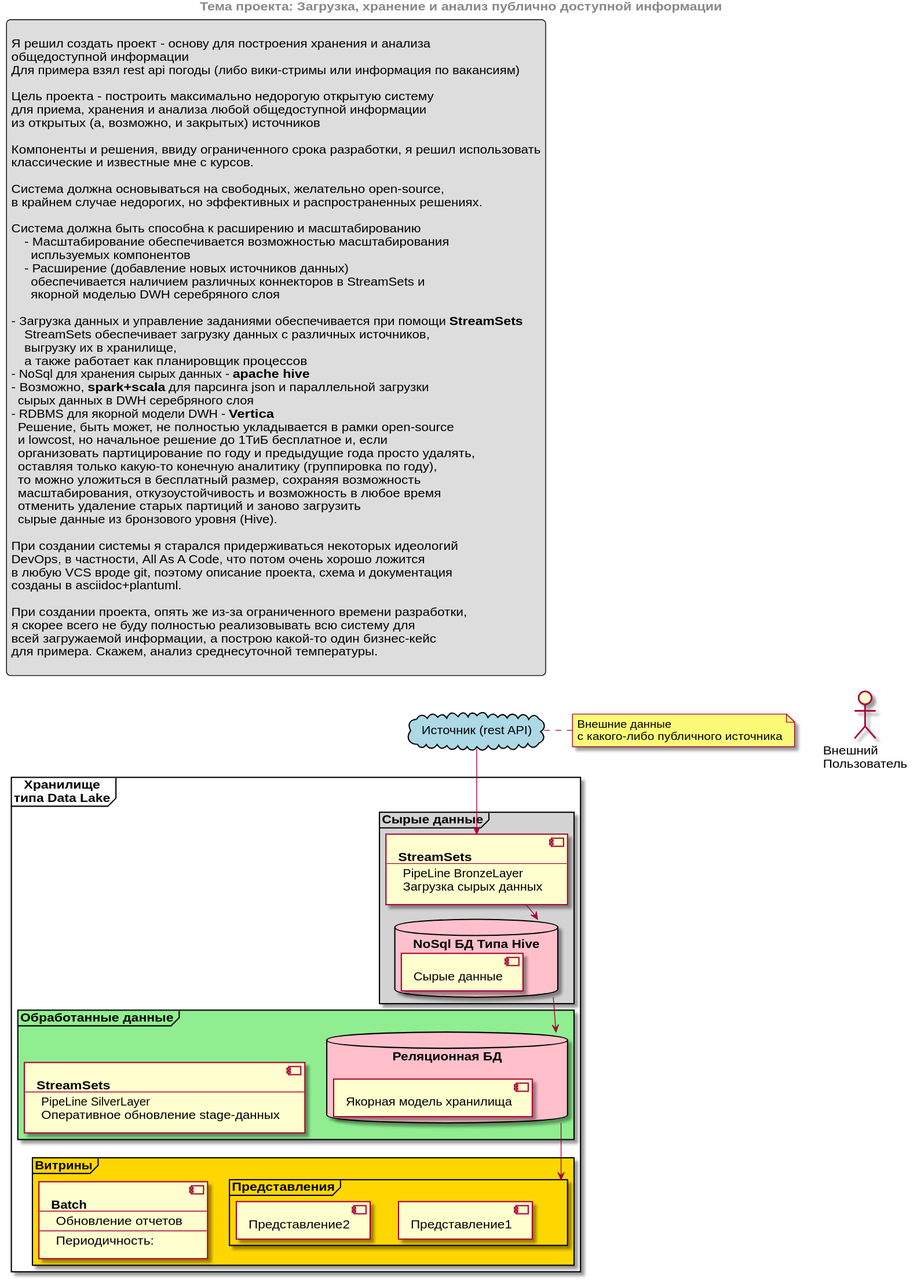
The PlantUML diagram project/Схема процесса.svg in tol2000/dataengineerclub, before a commit. Its diagram source:
```plantuml
@startuml Схема процесса

skinparam ComponentStyle uml2


centerheader
= Тема проекта: Загрузка, хранение и анализ публично доступной информации
endheader

legend top left

    Я решил создать проект - основу для построения хранения и анализа
    общедоступной информации
    Для примера взял rest api погоды (либо вики-стримы или информация по вакансиям)

    Цель проекта - построить максимально недорогую открытую систему
    для приема, хранения и анализа любой общедоступной информации
    из открытых (а, возможно, и закрытых) источников

    Компоненты и решения, ввиду ограниченного срока разработки, я решил использовать
    классические и известные мне с курсов.

    Система должна основываться на свободных, желательно open-source,
    в крайнем случае недорогих, но эффективных и распространенных решениях.

    Система должна быть способна к расширению и масштабированию
        - Масштабирование обеспечивается возможностью масштабирования
          испльзуемых компонентов
        - Расширение (добавление новых источников данных)
          обеспечивается наличием различных коннекторов в StreamSets и
          якорной моделью DWH серебряного слоя

    - Загрузка данных и управление заданиями обеспечивается при помощи **StreamSets**
        StreamSets обеспечивает загрузку данных с различных источников,
        выгрузку их в хранилище,
        а также работает как планировщик процессов
    - NoSql для хранения сырых данных - **apache hive**
    - Возможно, **spark+scala** для парсинга json и параллельной загрузки
      сырых данных в DWH серебряного слоя
    - RDBMS для якорной модели DWH - **Vertica**
      Решение, быть может, не полностью укладывается в рамки open-source
      и lowcost, но начальное решение до 1ТиБ бесплатное и, если
      организовать партицирование по году и предыдущие года просто удалять,
      оставляя только какую-то конечную аналитику (группировка по году),
      то можно уложиться в бесплатный размер, сохраняя возможность
      масштабирования, откузоустойчивость и возможность в любое время
      отменить удаление старых партиций и заново загрузить
      сырые данные из бронзового уровня (Hive).

    При создании системы я старался придерживаться некоторых идеологий
    DevOps, в частности, All As A Code, что потом очень хорошо ложится
    в любую VCS вроде git, поэтому описание проекта, схема и документация
    созданы в asciidoc+plantuml.

    При создании проекта, опять же из-за ограниченного времени разработки,
    я скорее всего не буду полностью реализовывать всю систему для
    всей загружаемой информации, а построю какой-то один бизнес-кейс
    для примера. Скажем, анализ среднесуточной температуры.

endlegend

cloud "Источник (rest API)" as cloud_source #LightBlue {
}

note right of cloud_source
    Внешние данные
    с какого-либо публичного источника
end note

Actor "Внешний\nПользователь" as extuser

frame "Хранилище\nтипа Data Lake" as frame_dlstor {

    frame "Витрины" as frame_dlstor_dm #Gold {
        frame "Представления" as views_dm {
            component report_1 [
                Представление1
            ]
            component report_2 [
                Представление2
            ]
        }
        component batch_dm_refresh [
            **Batch**
            ----
            Обновление отчетов
            ----
            Периодичность:
        ]
    }

    frame "Обработанные данные" as frame_dlstor_stage #LightGreen {
        database "Реляционная БД\n" as db_stage #Pink {
            component anchor_model_dwh [
                Якорная модель хранилища
            ]
        }
        component batch_stage_refresh [
            **StreamSets**
            ----
            PipeLine SilverLayer
            Оперативное обновление stage-данных
        ]
    }

    frame "Сырые данные" as frame_dlstor_raw #LightGray {
        database "NoSql БД Типа Hive" as db_raw #Pink {
            component raw_data [
                Сырые данные
            ]
        }
        component batch_raw_load [
            **StreamSets**
            ----
            PipeLine BronzeLayer
            Загрузка сырых данных
        ]
    }

    cloud_source --> batch_raw_load
    batch_raw_load --> db_raw

    db_raw --> db_stage

    db_stage --> views_dm

}
@enduml
```
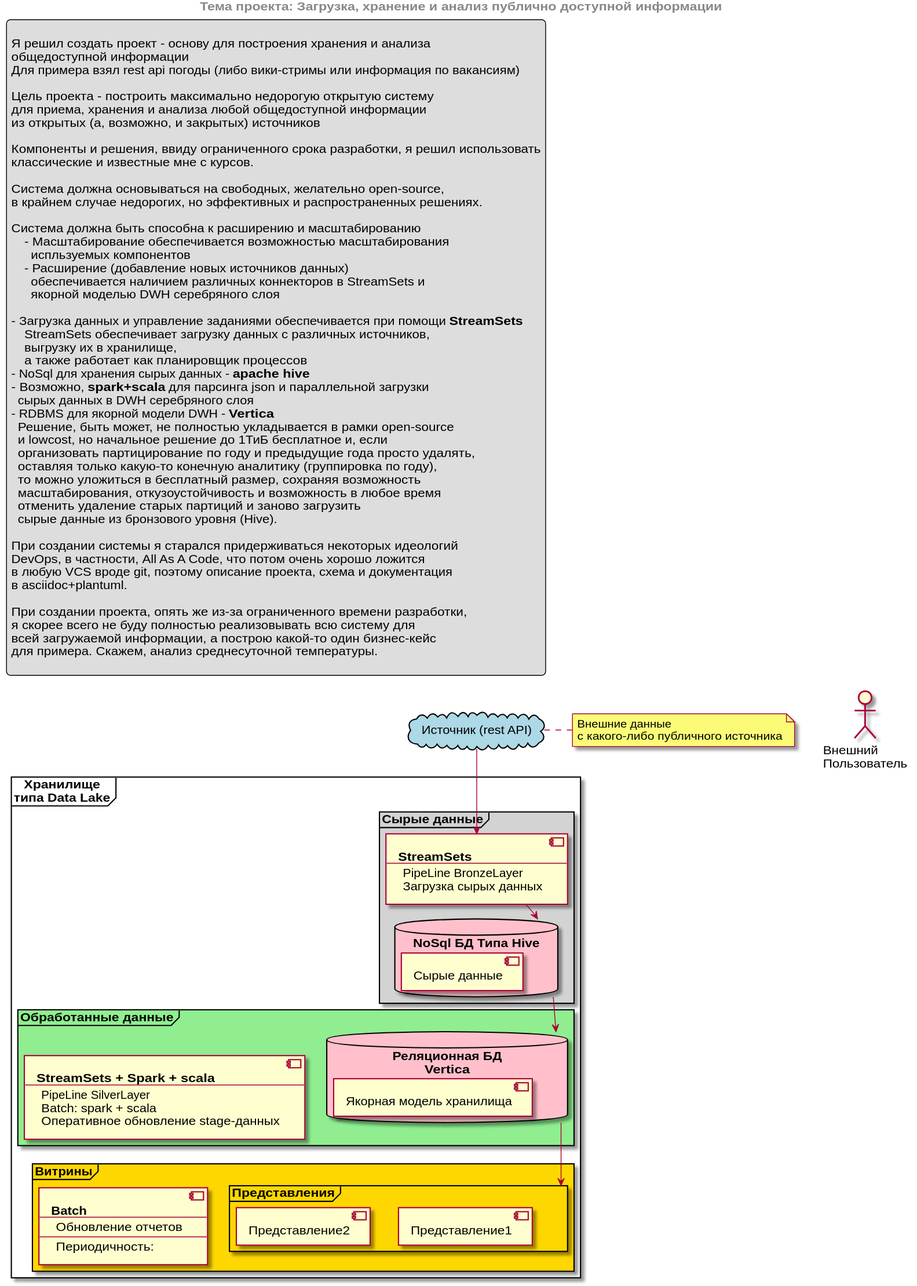
Later version of the same file.

Commit message:
Tolik's autocommit of directory project

What changed in the source:
```diff
@@ -50,7 +50,7 @@
     При создании системы я старался придерживаться некоторых идеологий
     DevOps, в частности, All As A Code, что потом очень хорошо ложится
     в любую VCS вроде git, поэтому описание проекта, схема и документация
-    созданы в asciidoc+plantuml.
+    в asciidoc+plantuml.
 
     При создании проекта, опять же из-за ограниченного времени разработки,
     я скорее всего не буду полностью реализовывать всю систему для
@@ -90,15 +90,16 @@
     }
 
     frame "Обработанные данные" as frame_dlstor_stage #LightGreen {
-        database "Реляционная БД\n" as db_stage #Pink {
+        database "Реляционная БД\n**Vertica**" as db_stage #Pink {
             component anchor_model_dwh [
                 Якорная модель хранилища
             ]
         }
         component batch_stage_refresh [
-            **StreamSets**
+            **StreamSets + Spark + scala**
             ----
             PipeLine SilverLayer
+            Batch: spark + scala
             Оперативное обновление stage-данных
         ]
     }
```
